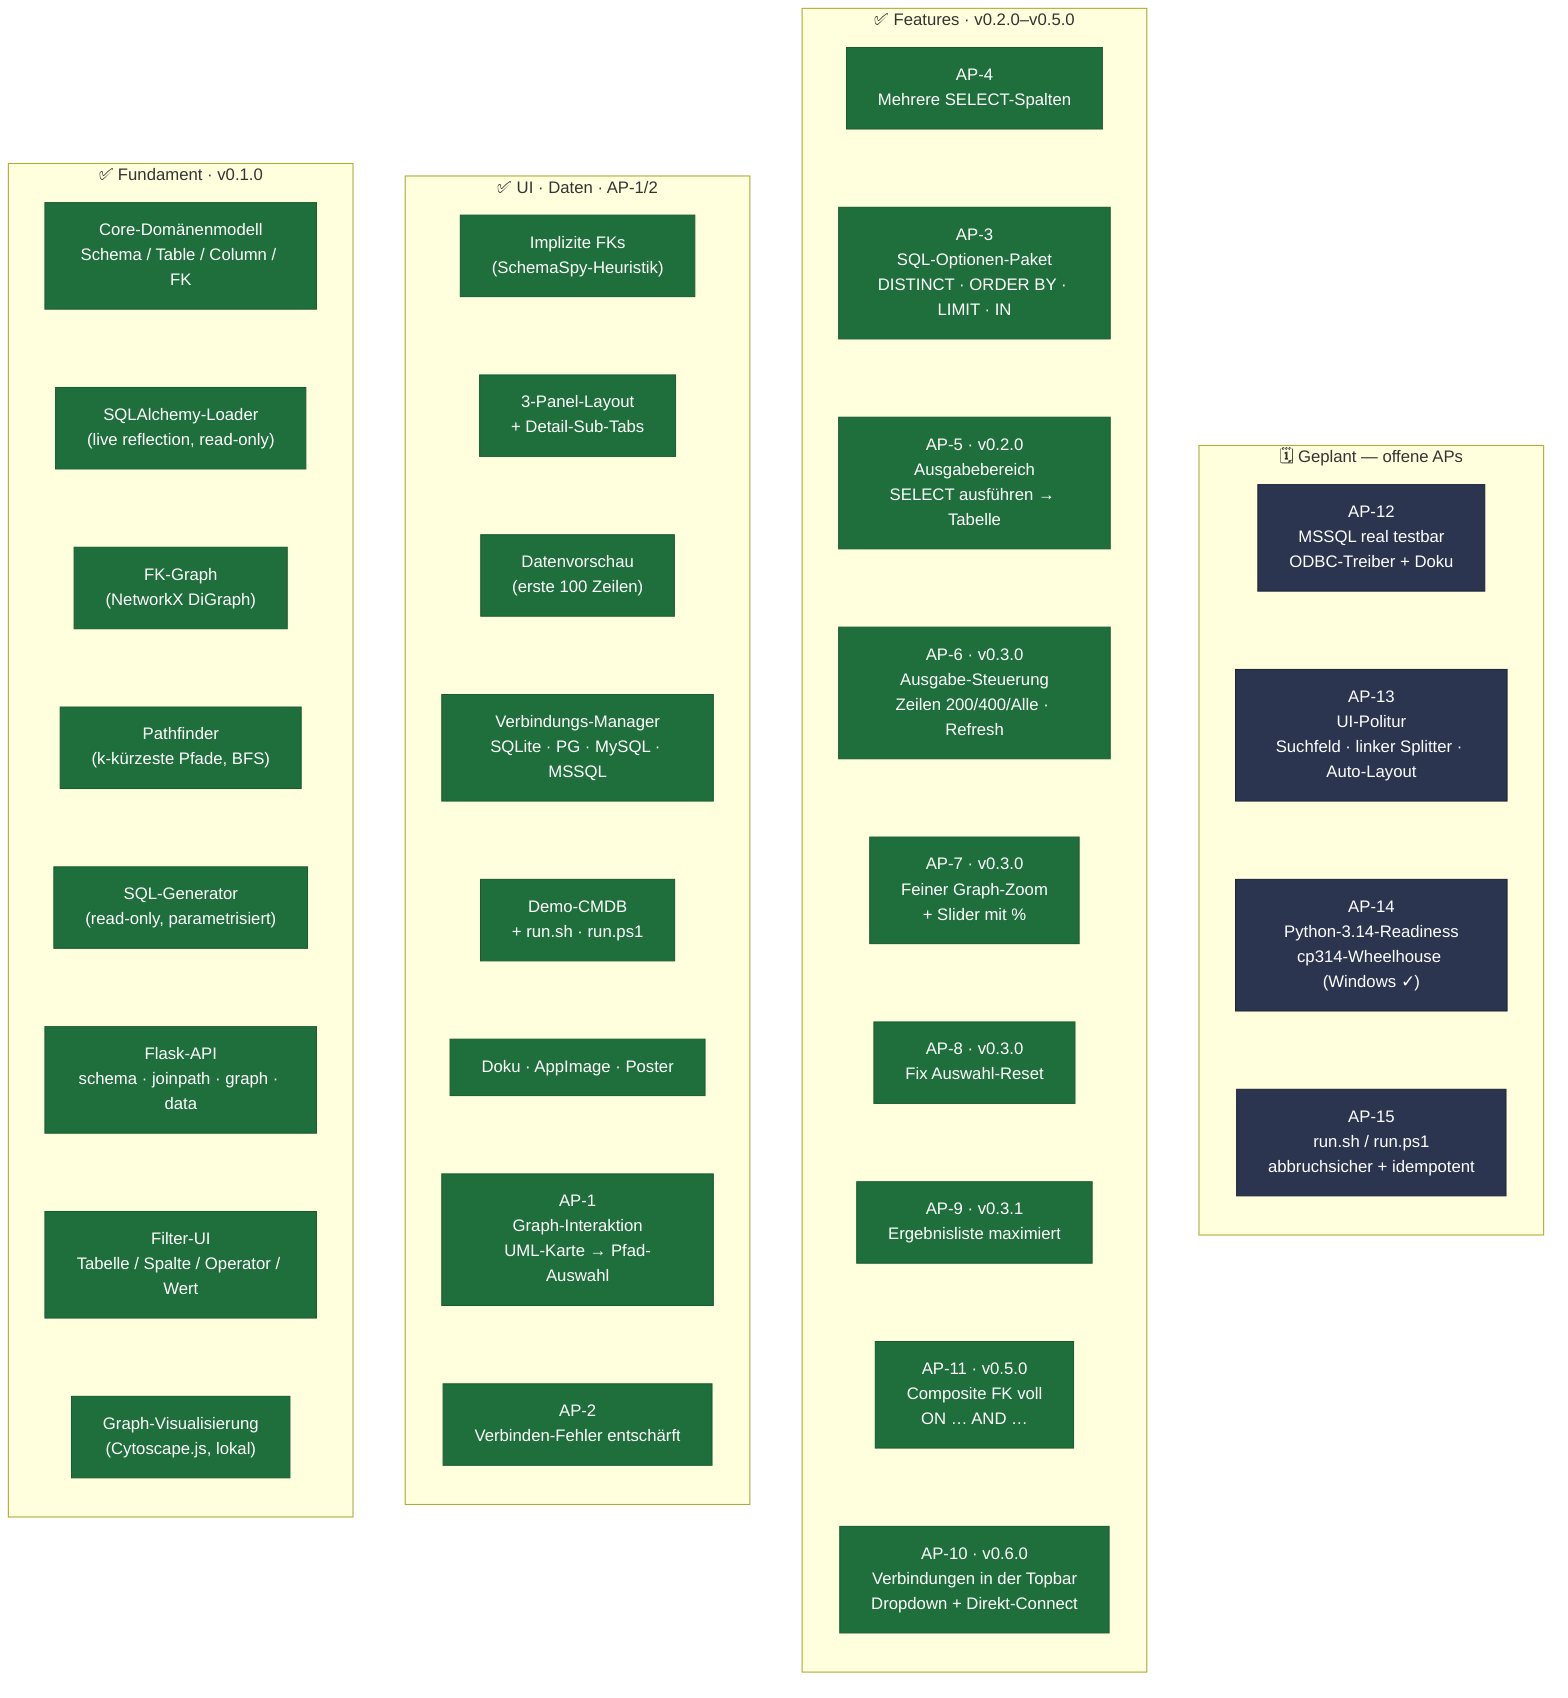
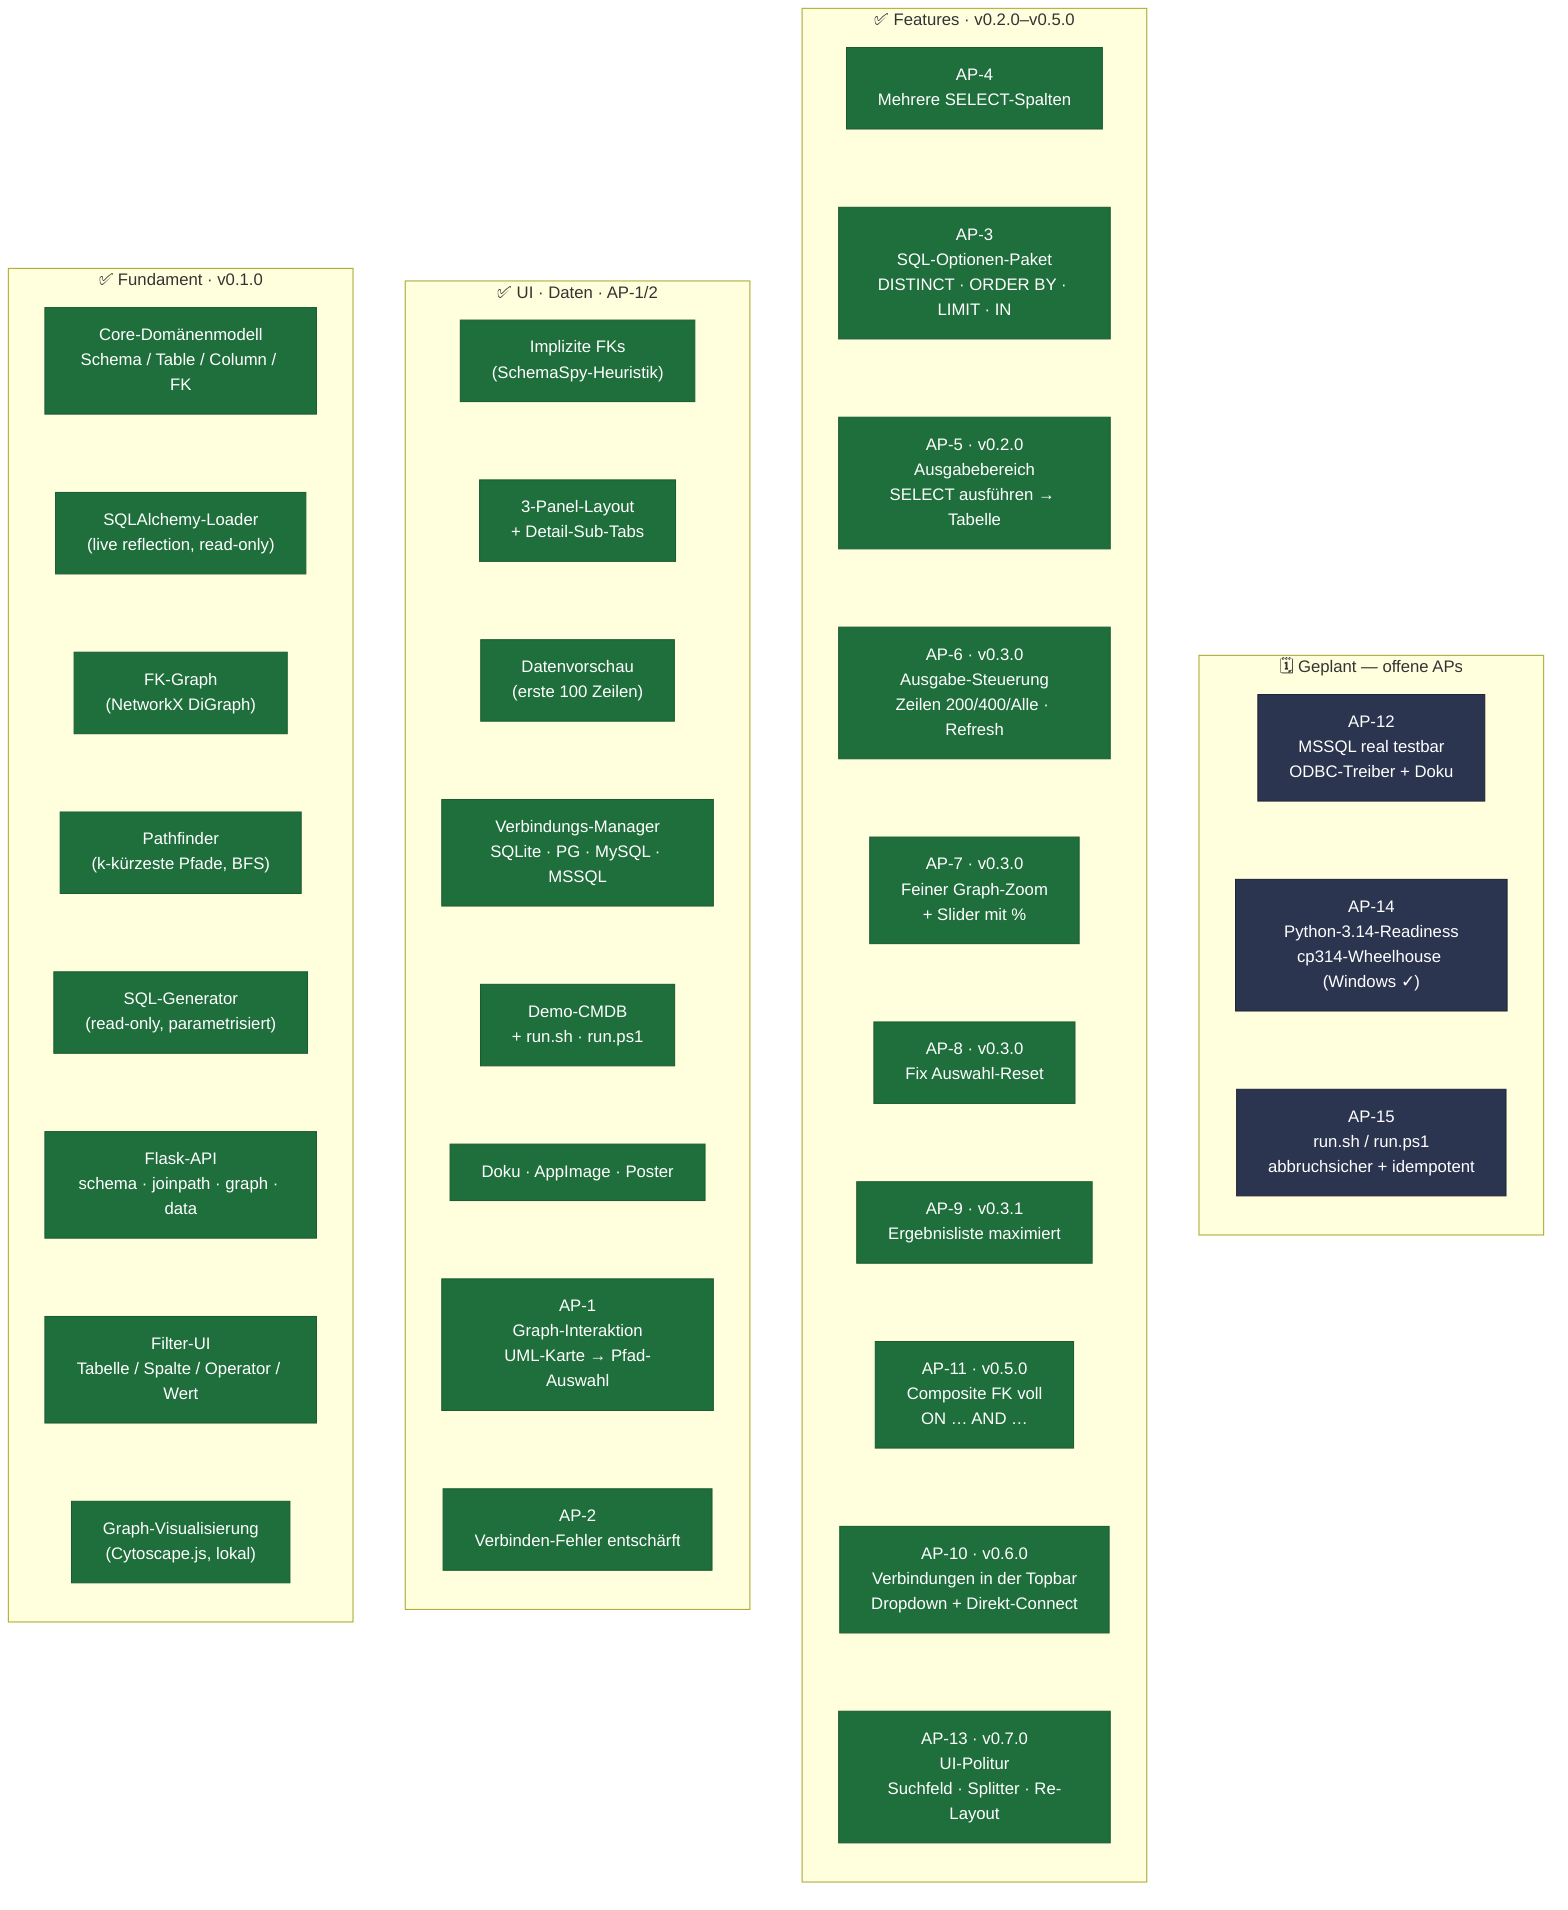
flowchart LR
    classDef done fill:#1f6f3c,color:#fff,stroke:#1a5c32
    classDef wip  fill:#7a5c00,color:#fff,stroke:#5e4600
    classDef plan fill:#2c3550,color:#fff,stroke:#1e2538

    subgraph S1["✅  Fundament · v0.1.0"]
        direction TB
        D1["Core-Domänenmodell\nSchema / Table / Column / FK"]
        D2["SQLAlchemy-Loader\n(live reflection, read-only)"]
        D3["FK-Graph\n(NetworkX DiGraph)"]
        D4["Pathfinder\n(k-kürzeste Pfade, BFS)"]
        D5["SQL-Generator\n(read-only, parametrisiert)"]
        D6["Flask-API\nschema · joinpath · graph · data"]
        D7["Filter-UI\nTabelle / Spalte / Operator / Wert"]
        D8["Graph-Visualisierung\n(Cytoscape.js, lokal)"]
        D1 ~~~ D2 ~~~ D3 ~~~ D4 ~~~ D5 ~~~ D6 ~~~ D7 ~~~ D8
    end

    subgraph S2["✅  UI · Daten · AP-1/2"]
        direction TB
        D9["Implizite FKs\n(SchemaSpy-Heuristik)"]
        D10["3-Panel-Layout\n+ Detail-Sub-Tabs"]
        D11["Datenvorschau\n(erste 100 Zeilen)"]
        D12["Verbindungs-Manager\nSQLite · PG · MySQL · MSSQL"]
        D13["Demo-CMDB\n+ run.sh · run.ps1"]
        D14["Doku · AppImage · Poster"]
        D15["AP-1\nGraph-Interaktion\nUML-Karte → Pfad-Auswahl"]
        D16["AP-2\nVerbinden-Fehler entschärft"]
        D9 ~~~ D10 ~~~ D11 ~~~ D12 ~~~ D13 ~~~ D14 ~~~ D15 ~~~ D16
    end

    subgraph S3["✅  Features · v0.2.0–v0.5.0"]
        direction TB
        D17["AP-4\nMehrere SELECT-Spalten"]
        D18["AP-3\nSQL-Optionen-Paket\nDISTINCT · ORDER BY · LIMIT · IN"]
        D19["AP-5 · v0.2.0\nAusgabebereich\nSELECT ausführen → Tabelle"]
        D20["AP-6 · v0.3.0\nAusgabe-Steuerung\nZeilen 200/400/Alle · Refresh"]
        D21["AP-7 · v0.3.0\nFeiner Graph-Zoom\n+ Slider mit %"]
        D22["AP-8 · v0.3.0\nFix Auswahl-Reset"]
        D23["AP-9 · v0.3.1\nErgebnisliste maximiert"]
        D24["AP-11 · v0.5.0\nComposite FK voll\nON … AND …"]
        D25["AP-10 · v0.6.0\nVerbindungen in der Topbar\nDropdown + Direkt-Connect"]
-         D17 ~~~ D18 ~~~ D19 ~~~ D20 ~~~ D21 ~~~ D22 ~~~ D23 ~~~ D24 ~~~ D25
+         D26["AP-13 · v0.7.0\nUI-Politur\nSuchfeld · Splitter · Re-Layout"]
+         D17 ~~~ D18 ~~~ D19 ~~~ D20 ~~~ D21 ~~~ D22 ~~~ D23 ~~~ D24 ~~~ D25 ~~~ D26
    end

    subgraph S4["🗓️  Geplant — offene APs"]
        direction TB
        P12["AP-12\nMSSQL real testbar\nODBC-Treiber + Doku"]
-         P13["AP-13\nUI-Politur\nSuchfeld · linker Splitter · Auto-Layout"]
        P14["AP-14\nPython-3.14-Readiness\ncp314-Wheelhouse (Windows ✓)"]
        P15["AP-15\nrun.sh / run.ps1\nabbruchsicher + idempotent"]
-         P12 ~~~ P13 ~~~ P14 ~~~ P15
+         P12 ~~~ P14 ~~~ P15
    end

    %% Subgraphs nebeneinander erzwingen (sonst stapelt dagre sie vertikal)
    S1 ~~~ S2 ~~~ S3 ~~~ S4

-     class D1,D2,D3,D4,D5,D6,D7,D8,D9,D10,D11,D12,D13,D14,D15,D16,D17,D18,D19,D20,D21,D22,D23,D24,D25 done
-     class P12,P13,P14,P15 plan
+     class D1,D2,D3,D4,D5,D6,D7,D8,D9,D10,D11,D12,D13,D14,D15,D16,D17,D18,D19,D20,D21,D22,D23,D24,D25,D26 done
+     class P12,P14,P15 plan
